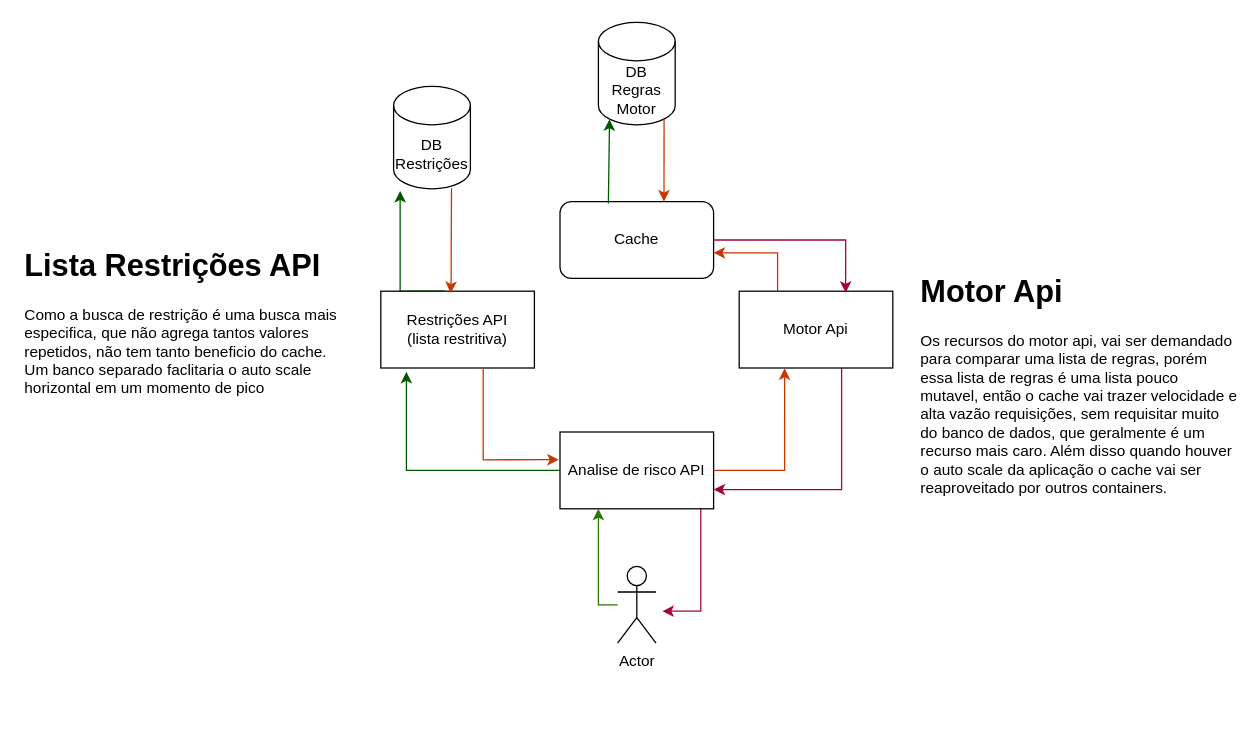
This is analise_riscos.drawio from dofun12/desafio_especialista, a draw.io file, before an edit. Source tidied: cells renumbered, new cells numbered last; positions are measured from the earlier drawing's top-left corner, leaving out a move shared by most shapes. Both pictures are drawn from the tidied source at 128%, with x=0, y=0 at pixel (22, 22).
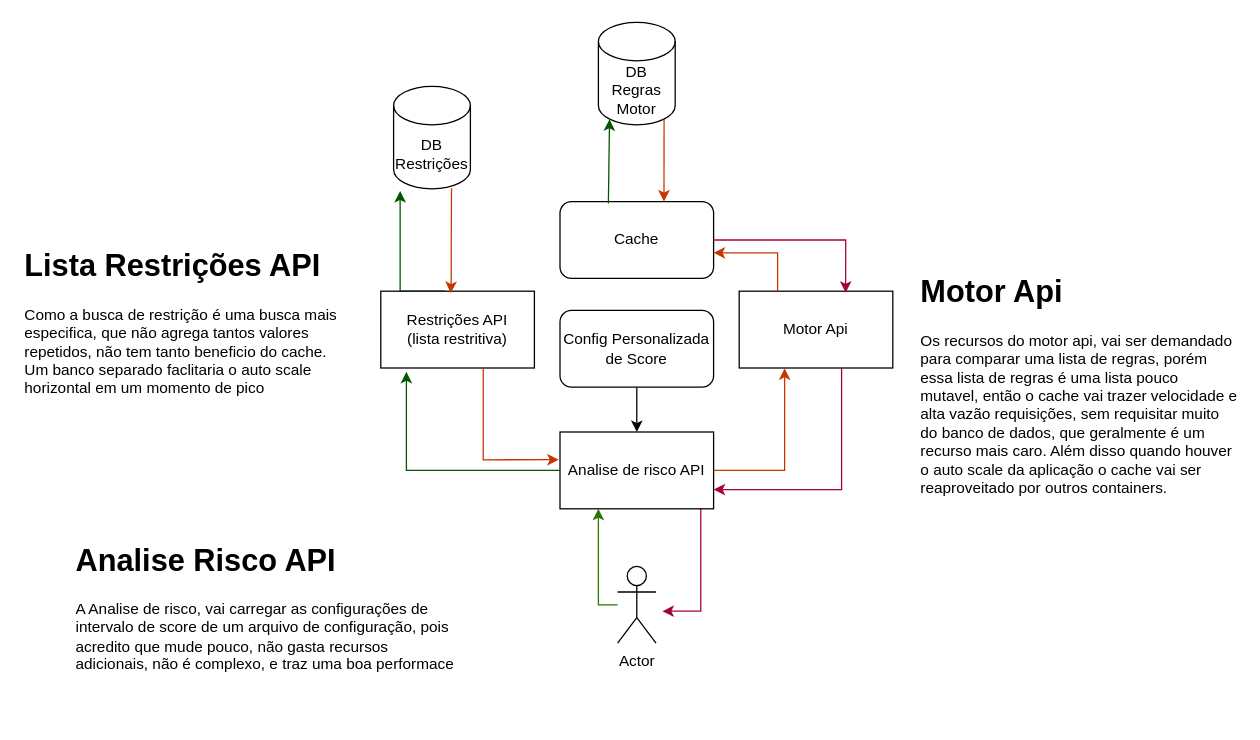
The same diagram, later.

Unchanged cells that the change refers to:
```xml
<mxCell id="3" value="Analise de risco API" style="rounded=0;whiteSpace=wrap;html=1;" parent="1" vertex="1">
  <mxGeometry x="420" y="320" width="120" height="60" as="geometry" />
</mxCell>
```

The edit, as a diff of the source:
```diff
@@
-<mxGraphModel>
+<mxGraphModel background="#FFFFFF">
@@
+    <mxCell id="23" style="edgeStyle=orthogonalEdgeStyle;rounded=0;jettySize=auto;html=1;" parent="1" edge="1" source="24" target="3">
+      <mxGeometry relative="1" as="geometry" />
+    </mxCell>
+    <mxCell id="24" value="Config Personalizada de Score" style="rounded=1;whiteSpace=wrap;html=1;" parent="1" vertex="1">
+      <mxGeometry x="420" y="225" width="120" height="60" as="geometry" />
+    </mxCell>
+    <mxCell id="25" value="&lt;h1 style=&quot;margin-top: 0px;&quot;&gt;Analise Risco API&lt;/h1&gt;&lt;div&gt;A Analise de risco, vai carregar as configurações de intervalo de score de um arquivo de configuração, pois acredito que mude pouco, não gasta recursos adicionais, não é complexo, e traz uma boa performace&lt;/div&gt;" style="text;html=1;whiteSpace=wrap;overflow=hidden;rounded=0;" parent="1" vertex="1">
+      <mxGeometry x="40" y="400" width="300" height="140" as="geometry" />
+    </mxCell>
```
